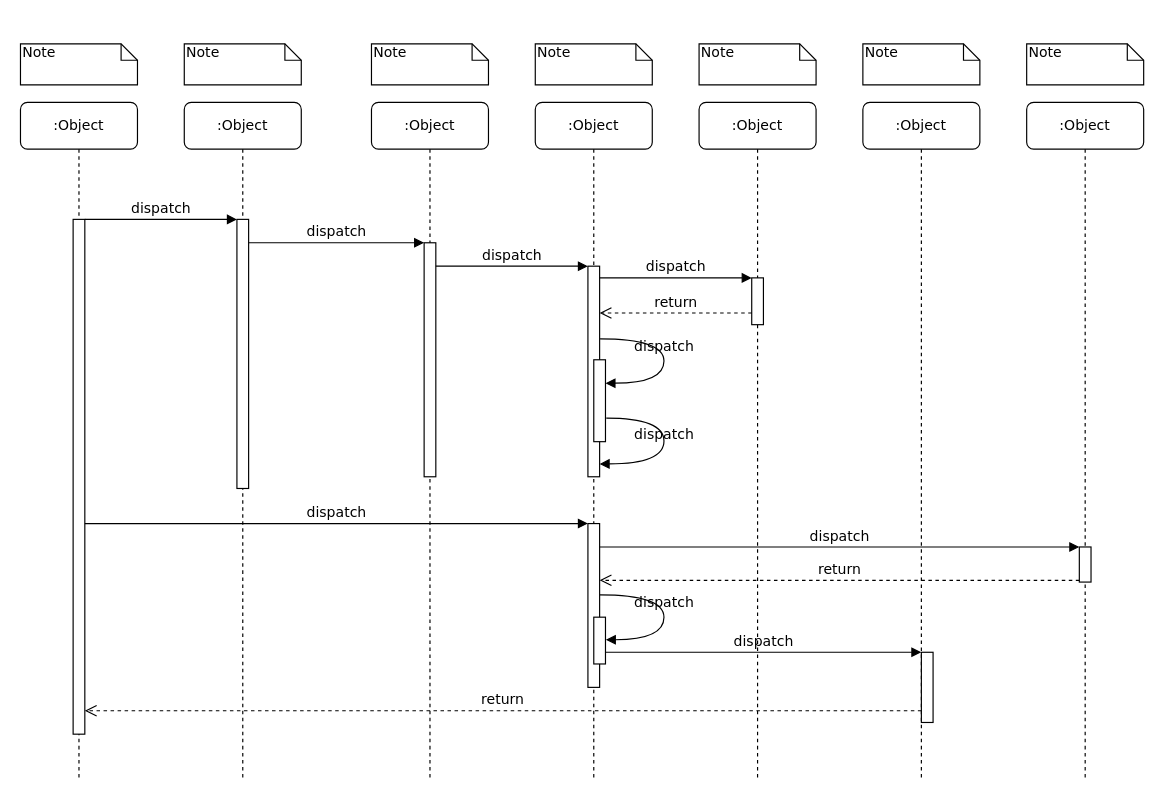
Above: Untitled Diagram.drawio in tacha7/Asya (draw.io), before the change. Source tidied: cells renumbered, new cells numbered last; positions are measured from the earlier drawing's top-left corner, leaving out a move shared by most shapes. Both pictures are drawn from the tidied source at 117%, with x=0, y=0 at pixel (20, 43).
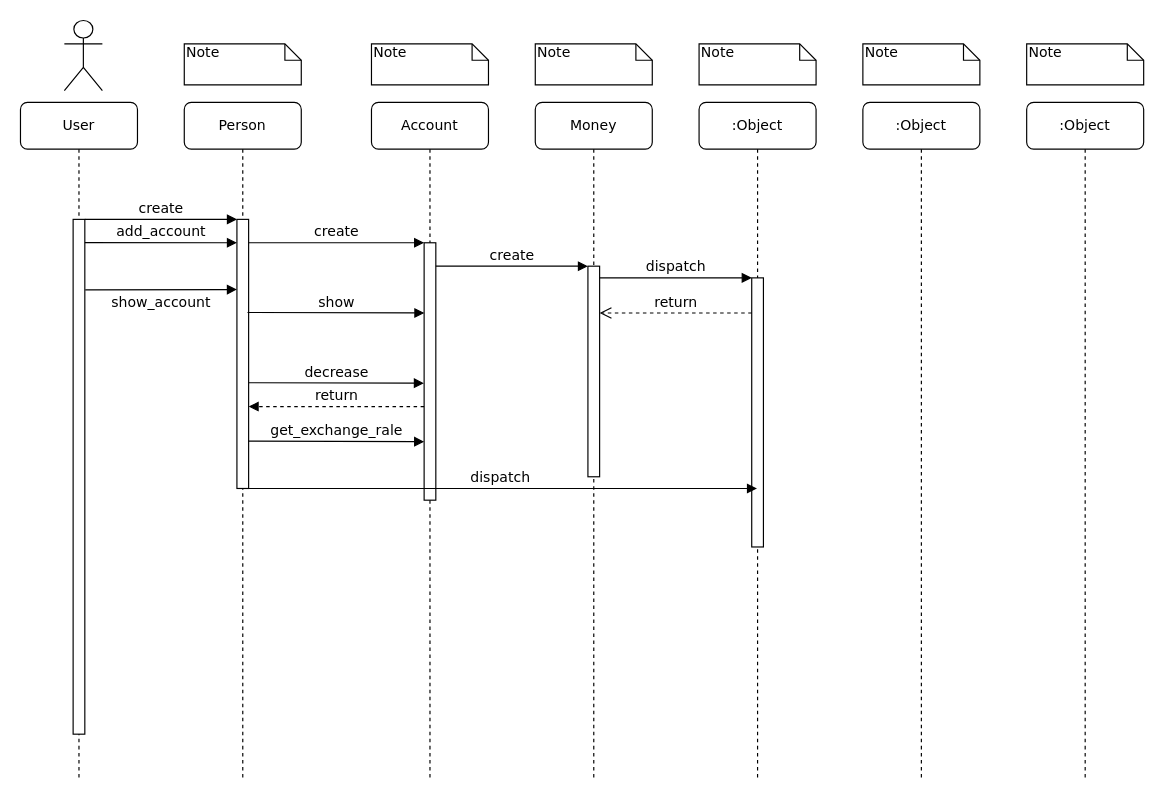
The same diagram, later.

The change refers to these unchanged cells:
```xml
<mxCell id="3" style="html=1;points=[];perimeter=orthogonalPerimeter;rounded=0;shadow=0;comic=0;labelBackgroundColor=none;strokeWidth=1;fontFamily=Verdana;fontSize=12;align=center;" parent="2" vertex="1">
  <mxGeometry x="45" y="100" width="10" height="230" as="geometry" />
</mxCell>
<mxCell id="7" value=":Object" style="shape=umlLifeline;perimeter=lifelinePerimeter;whiteSpace=wrap;html=1;outlineConnect=0;rounded=1;shadow=0;comic=0;labelBackgroundColor=none;strokeWidth=1;fontFamily=Verdana;fontSize=12;align=center;" parent="1" vertex="1">
  <mxGeometry x="580" y="50" width="100" height="580" as="geometry" />
</mxCell>
<mxCell id="11" style="html=1;points=[];perimeter=orthogonalPerimeter;rounded=0;shadow=0;comic=0;labelBackgroundColor=none;strokeWidth=1;fontFamily=Verdana;fontSize=12;align=center;" parent="10" vertex="1">
  <mxGeometry x="45" y="100" width="10" height="440" as="geometry" />
</mxCell>
<mxCell id="12" style="html=1;points=[];perimeter=orthogonalPerimeter;rounded=0;shadow=0;comic=0;labelBackgroundColor=none;strokeWidth=1;fontFamily=Verdana;fontSize=12;align=center;" parent="1" vertex="1">
  <mxGeometry x="485" y="190" width="10" height="180" as="geometry" />
</mxCell>
```

The edit, as a diff of the source:
```diff
@@
-    <mxCell id="2" value=":Object" style="shape=umlLifeline;perimeter=lifelinePerimeter;whiteSpace=wrap;html=1;outlineConnect=0;rounded=1;shadow=0;comic=0;labelBackgroundColor=none;strokeWidth=1;fontFamily=Verdana;fontSize=12;align=center;" parent="1" vertex="1">
+    <mxCell id="2" value="Person" style="shape=umlLifeline;perimeter=lifelinePerimeter;whiteSpace=wrap;html=1;outlineConnect=0;rounded=1;shadow=0;comic=0;labelBackgroundColor=none;strokeWidth=1;fontFamily=Verdana;fontSize=12;align=center;" parent="1" vertex="1">
       <mxGeometry x="140" y="50" width="100" height="580" as="geometry" />
     </mxCell>
@@
-    <mxCell id="4" value=":Object" style="shape=umlLifeline;perimeter=lifelinePerimeter;whiteSpace=wrap;html=1;rounded=1;shadow=0;comic=0;labelBackgroundColor=none;strokeWidth=1;fontFamily=Verdana;fontSize=12;align=center;" parent="1" vertex="1">
+    <mxCell id="4" value="Account" style="shape=umlLifeline;perimeter=lifelinePerimeter;whiteSpace=wrap;html=1;rounded=1;shadow=0;comic=0;labelBackgroundColor=none;strokeWidth=1;fontFamily=Verdana;fontSize=12;align=center;" parent="1" vertex="1">
       <mxGeometry x="300" y="50" width="100" height="580" as="geometry" />
     </mxCell>
     <mxCell id="5" style="html=1;points=[];perimeter=orthogonalPerimeter;rounded=0;shadow=0;comic=0;labelBackgroundColor=none;strokeWidth=1;fontFamily=Verdana;fontSize=12;align=center;" parent="4" vertex="1">
-      <mxGeometry x="45" y="120" width="10" height="200" as="geometry" />
+      <mxGeometry x="45" y="120" width="10" height="220" as="geometry" />
     </mxCell>
-    <mxCell id="6" value=":Object" style="shape=umlLifeline;perimeter=lifelinePerimeter;whiteSpace=wrap;html=1;rounded=1;shadow=0;comic=0;labelBackgroundColor=none;strokeWidth=1;fontFamily=Verdana;fontSize=12;align=center;" parent="1" vertex="1">
+    <mxCell id="6" value="Money" style="shape=umlLifeline;perimeter=lifelinePerimeter;whiteSpace=wrap;html=1;rounded=1;shadow=0;comic=0;labelBackgroundColor=none;strokeWidth=1;fontFamily=Verdana;fontSize=12;align=center;" parent="1" vertex="1">
       <mxGeometry x="440" y="50" width="100" height="580" as="geometry" />
     </mxCell>
@@
-    <mxCell id="10" value=":Object" style="shape=umlLifeline;perimeter=lifelinePerimeter;whiteSpace=wrap;html=1;rounded=1;shadow=0;comic=0;labelBackgroundColor=none;strokeWidth=1;fontFamily=Verdana;fontSize=12;align=center;" parent="1" vertex="1">
+    <mxCell id="10" value="User" style="shape=umlLifeline;perimeter=lifelinePerimeter;whiteSpace=wrap;html=1;rounded=1;shadow=0;comic=0;labelBackgroundColor=none;strokeWidth=1;fontFamily=Verdana;fontSize=12;align=center;" parent="1" vertex="1">
       <mxGeometry y="50" width="100" height="580" as="geometry" />
     </mxCell>
@@
-    <mxCell id="13" value="dispatch" style="html=1;verticalAlign=bottom;endArrow=block;labelBackgroundColor=none;fontFamily=Verdana;fontSize=12;edgeStyle=elbowEdgeStyle;elbow=vertical;" parent="1" edge="1" source="5" target="12">
+    <mxCell id="13" value="create" style="html=1;verticalAlign=bottom;endArrow=block;labelBackgroundColor=none;fontFamily=Verdana;fontSize=12;edgeStyle=elbowEdgeStyle;elbow=vertical;" parent="1" edge="1" source="5" target="12">
       <mxGeometry relative="1" as="geometry">
         <Array as="points">
           <mxPoint x="360" y="190" />
         </Array>
       </mxGeometry>
     </mxCell>
     <mxCell id="14" style="html=1;points=[];perimeter=orthogonalPerimeter;rounded=0;shadow=0;comic=0;labelBackgroundColor=none;strokeWidth=1;fontFamily=Verdana;fontSize=12;align=center;" parent="1" vertex="1">
-      <mxGeometry x="625" y="200" width="10" height="40" as="geometry" />
+      <mxGeometry x="625" y="200" width="10" height="230" as="geometry" />
     </mxCell>
@@
-    <mxCell id="17" style="html=1;points=[];perimeter=orthogonalPerimeter;rounded=0;shadow=0;comic=0;labelBackgroundColor=none;strokeWidth=1;fontFamily=Verdana;fontSize=12;align=center;" parent="1" vertex="1">
-      <mxGeometry x="485" y="410" width="10" height="140" as="geometry" />
-    </mxCell>
-    <mxCell id="18" value="dispatch" style="html=1;verticalAlign=bottom;endArrow=block;entryX=0;entryY=0;labelBackgroundColor=none;fontFamily=Verdana;fontSize=12;" parent="1" edge="1" source="11" target="17">
-      <mxGeometry relative="1" as="geometry" />
+    <mxCell id="18" value="dispatch" style="html=1;verticalAlign=bottom;endArrow=block;labelBackgroundColor=none;fontFamily=Verdana;fontSize=12;" parent="1" edge="1" source="2" target="7">
+      <mxGeometry relative="1" as="geometry">
+        <Array as="points">
+          <mxPoint x="370" y="380" />
+          <mxPoint x="390" y="380" />
+        </Array>
+      </mxGeometry>
     </mxCell>
-    <mxCell id="19" style="html=1;points=[];perimeter=orthogonalPerimeter;rounded=0;shadow=0;comic=0;labelBackgroundColor=none;strokeColor=#000000;strokeWidth=1;fillColor=#FFFFFF;fontFamily=Verdana;fontSize=12;fontColor=#000000;align=center;" parent="1" vertex="1">
-      <mxGeometry x="905" y="430" width="10" height="30" as="geometry" />
-    </mxCell>
-    <mxCell id="20" value="dispatch" style="html=1;verticalAlign=bottom;endArrow=block;entryX=0;entryY=0;labelBackgroundColor=none;fontFamily=Verdana;fontSize=12;" parent="1" edge="1" source="17" target="19">
-      <mxGeometry relative="1" as="geometry" />
-    </mxCell>
-    <mxCell id="21" value="return" style="html=1;verticalAlign=bottom;endArrow=open;dashed=1;endSize=8;exitX=0;exitY=0.95;labelBackgroundColor=none;fontFamily=Verdana;fontSize=12;" parent="1" edge="1" source="19" target="17">
-      <mxGeometry relative="1" as="geometry" />
-    </mxCell>
-    <mxCell id="22" style="html=1;points=[];perimeter=orthogonalPerimeter;rounded=0;shadow=0;comic=0;labelBackgroundColor=none;strokeWidth=1;fontFamily=Verdana;fontSize=12;align=center;" parent="1" vertex="1">
-      <mxGeometry x="770" y="520" width="10" height="60" as="geometry" />
-    </mxCell>
-    <mxCell id="23" value="dispatch" style="html=1;verticalAlign=bottom;endArrow=block;entryX=0;entryY=0;labelBackgroundColor=none;fontFamily=Verdana;fontSize=12;edgeStyle=elbowEdgeStyle;elbow=vertical;" parent="1" edge="1" source="30" target="22">
-      <mxGeometry relative="1" as="geometry" />
-    </mxCell>
-    <mxCell id="24" value="return" style="html=1;verticalAlign=bottom;endArrow=open;dashed=1;endSize=8;labelBackgroundColor=none;fontFamily=Verdana;fontSize=12;edgeStyle=elbowEdgeStyle;elbow=vertical;" parent="1" edge="1" source="22" target="11">
-      <mxGeometry relative="1" as="geometry">
-        <Array as="points">
-          <mxPoint x="470" y="570" />
-        </Array>
-      </mxGeometry>
-    </mxCell>
-    <mxCell id="25" value="dispatch" style="html=1;verticalAlign=bottom;endArrow=block;entryX=0;entryY=0;labelBackgroundColor=none;fontFamily=Verdana;fontSize=12;edgeStyle=elbowEdgeStyle;elbow=vertical;" parent="1" edge="1" source="11" target="3">
+    <mxCell id="25" value="create" style="html=1;verticalAlign=bottom;endArrow=block;entryX=0;entryY=0;labelBackgroundColor=none;fontFamily=Verdana;fontSize=12;edgeStyle=elbowEdgeStyle;elbow=vertical;" parent="1" edge="1" source="11" target="3">
       <mxGeometry relative="1" as="geometry" />
     </mxCell>
-    <mxCell id="26" value="dispatch" style="html=1;verticalAlign=bottom;endArrow=block;entryX=0;entryY=0;labelBackgroundColor=none;fontFamily=Verdana;fontSize=12;edgeStyle=elbowEdgeStyle;elbow=vertical;" parent="1" edge="1" source="3" target="5">
+    <mxCell id="26" value="create" style="html=1;verticalAlign=bottom;endArrow=block;entryX=0;entryY=0;labelBackgroundColor=none;fontFamily=Verdana;fontSize=12;edgeStyle=elbowEdgeStyle;elbow=vertical;" parent="1" edge="1" source="3" target="5">
       <mxGeometry relative="1" as="geometry" />
     </mxCell>
-    <mxCell id="27" style="html=1;points=[];perimeter=orthogonalPerimeter;rounded=0;shadow=0;comic=0;labelBackgroundColor=none;strokeWidth=1;fontFamily=Verdana;fontSize=12;align=center;" parent="1" vertex="1">
-      <mxGeometry x="490" y="270" width="10" height="70" as="geometry" />
-    </mxCell>
-    <mxCell id="28" value="dispatch" style="html=1;verticalAlign=bottom;endArrow=block;labelBackgroundColor=none;fontFamily=Verdana;fontSize=12;elbow=vertical;edgeStyle=orthogonalEdgeStyle;curved=1;entryX=1;entryY=0.286;entryPerimeter=0;exitX=1.038;exitY=0.345;exitPerimeter=0;" parent="1" edge="1" source="12" target="27">
-      <mxGeometry relative="1" as="geometry">
-        <Array as="points">
-          <mxPoint x="550" y="252" />
-          <mxPoint x="550" y="290" />
-        </Array>
-      </mxGeometry>
-    </mxCell>
-    <mxCell id="29" value="dispatch" style="html=1;verticalAlign=bottom;endArrow=block;labelBackgroundColor=none;fontFamily=Verdana;fontSize=12;elbow=vertical;edgeStyle=orthogonalEdgeStyle;curved=1;exitX=1.066;exitY=0.713;exitPerimeter=0;" parent="1" edge="1" source="27">
-      <mxGeometry relative="1" as="geometry">
-        <mxPoint x="495" y="359" as="targetPoint" />
-        <Array as="points">
-          <mxPoint x="550" y="320" />
-          <mxPoint x="550" y="359" />
-        </Array>
-      </mxGeometry>
-    </mxCell>
-    <mxCell id="30" style="html=1;points=[];perimeter=orthogonalPerimeter;rounded=0;shadow=0;comic=0;labelBackgroundColor=none;strokeWidth=1;fontFamily=Verdana;fontSize=12;align=center;" parent="1" vertex="1">
-      <mxGeometry x="490" y="490" width="10" height="40" as="geometry" />
-    </mxCell>
-    <mxCell id="31" value="dispatch" style="html=1;verticalAlign=bottom;endArrow=block;labelBackgroundColor=none;fontFamily=Verdana;fontSize=12;elbow=vertical;edgeStyle=orthogonalEdgeStyle;curved=1;entryX=1;entryY=0.286;entryPerimeter=0;exitX=1.038;exitY=0.345;exitPerimeter=0;" parent="1" edge="1">
-      <mxGeometry relative="1" as="geometry">
-        <mxPoint x="495.3" y="471" as="sourcePoint" />
-        <mxPoint x="500.3" y="509.3" as="targetPoint" />
-        <Array as="points">
-          <mxPoint x="550" y="471" />
-          <mxPoint x="550" y="509" />
-        </Array>
-      </mxGeometry>
-    </mxCell>
-    <mxCell id="32" value="Note" style="shape=note;whiteSpace=wrap;html=1;size=14;verticalAlign=top;align=left;spacingTop=-6;rounded=0;shadow=0;comic=0;labelBackgroundColor=none;strokeWidth=1;fontFamily=Verdana;fontSize=12;" parent="1" vertex="1">
-      <mxGeometry width="100" height="35" as="geometry" />
-    </mxCell>
@@
+    <mxCell id="39" style="shape=umlActor;verticalLabelPosition=bottom;verticalAlign=top;html=1;" parent="1" vertex="1">
+      <mxGeometry x="37.5" y="-20" width="32.5" height="60" as="geometry" />
+    </mxCell>
+    <mxCell id="40" value="add_account" style="html=1;verticalAlign=bottom;endArrow=block;entryX=0;entryY=0;labelBackgroundColor=none;fontFamily=Verdana;fontSize=12;edgeStyle=elbowEdgeStyle;elbow=vertical;exitX=1.006;exitY=0.045;exitDx=0;exitDy=0;exitPerimeter=0;" parent="1" edge="1" source="11">
+      <mxGeometry relative="1" as="geometry">
+        <mxPoint x="185" y="170.1" as="targetPoint" />
+      </mxGeometry>
+    </mxCell>
+    <mxCell id="41" value="show_account" style="html=1;verticalAlign=bottom;endArrow=block;entryX=-0.002;entryY=0.263;labelBackgroundColor=none;fontFamily=Verdana;fontSize=12;edgeStyle=elbowEdgeStyle;elbow=vertical;entryDx=0;entryDy=0;entryPerimeter=0;exitX=1.037;exitY=0.137;exitDx=0;exitDy=0;exitPerimeter=0;" parent="1" edge="1" source="11" target="3">
+      <mxGeometry y="-20" relative="1" as="geometry" />
+    </mxCell>
+    <mxCell id="42" value="show" style="html=1;verticalAlign=bottom;endArrow=block;entryX=0.021;entryY=0.274;labelBackgroundColor=none;fontFamily=Verdana;fontSize=12;edgeStyle=elbowEdgeStyle;elbow=vertical;entryDx=0;entryDy=0;entryPerimeter=0;exitX=0.905;exitY=0.346;exitDx=0;exitDy=0;exitPerimeter=0;" parent="1" edge="1" source="3" target="5">
+      <mxGeometry relative="1" as="geometry" />
+    </mxCell>
+    <mxCell id="43" value="decrease" style="html=1;verticalAlign=bottom;endArrow=block;entryX=-0.021;entryY=0.544;labelBackgroundColor=none;fontFamily=Verdana;fontSize=12;edgeStyle=elbowEdgeStyle;elbow=vertical;exitX=1.029;exitY=0.607;exitDx=0;exitDy=0;exitPerimeter=0;entryDx=0;entryDy=0;entryPerimeter=0;" parent="1" edge="1" source="3" target="5">
+      <mxGeometry relative="1" as="geometry" />
+    </mxCell>
+    <mxCell id="44" value="return" style="html=1;verticalAlign=bottom;endArrow=block;labelBackgroundColor=none;fontFamily=Verdana;fontSize=12;edgeStyle=elbowEdgeStyle;elbow=vertical;dashed=1;" parent="1" edge="1">
+      <mxGeometry relative="1" as="geometry">
+        <mxPoint x="345" y="310" as="sourcePoint" />
+        <mxPoint x="195" y="310" as="targetPoint" />
+        <Array as="points">
+          <mxPoint x="250" y="310" />
+        </Array>
+      </mxGeometry>
+    </mxCell>
+    <mxCell id="45" value="get_exchange_rale" style="html=1;verticalAlign=bottom;endArrow=block;labelBackgroundColor=none;fontFamily=Verdana;fontSize=12;edgeStyle=elbowEdgeStyle;elbow=vertical;exitX=1.007;exitY=0.824;exitDx=0;exitDy=0;exitPerimeter=0;entryX=0.001;entryY=0.774;entryDx=0;entryDy=0;entryPerimeter=0;" parent="1" edge="1" source="3" target="5">
+      <mxGeometry relative="1" as="geometry" />
+    </mxCell>
```
